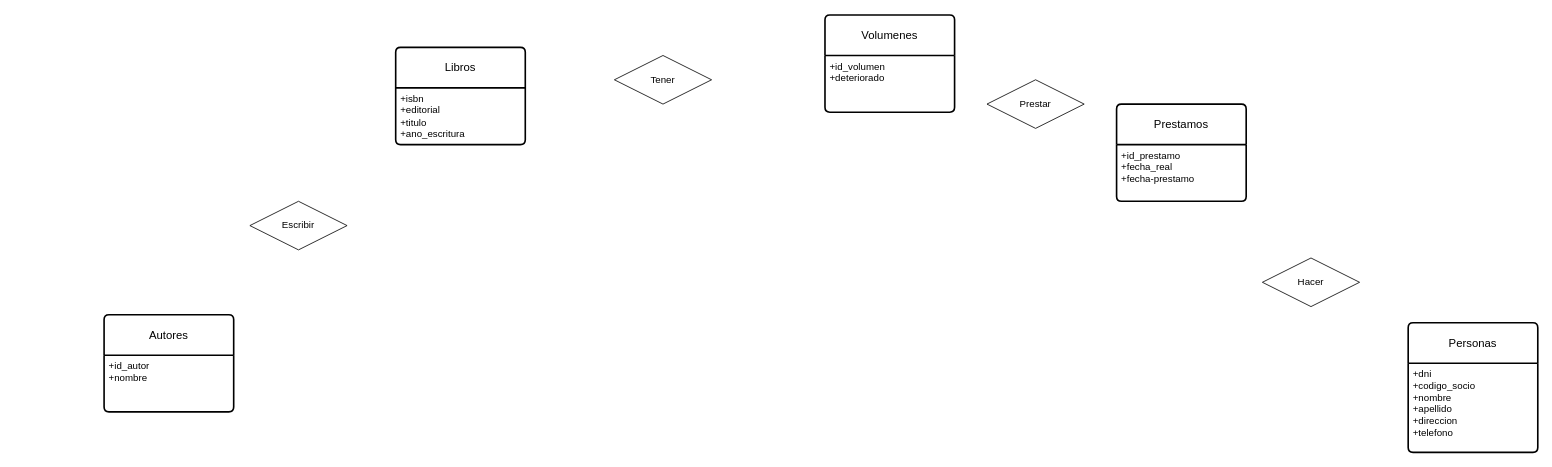
AsierGArranz/aga-sru-sa-t-UD12DiagramaER-11102023 keeps this draw.io diagram as ejercicio1.drawio. Above is the earlier version. Source tidied: cells renumbered, new cells numbered last; positions are measured from the earlier drawing's top-left corner, leaving out a move shared by most shapes. Both pictures are drawn from the tidied source at 81%, with x=0, y=0 at pixel (104, 15).
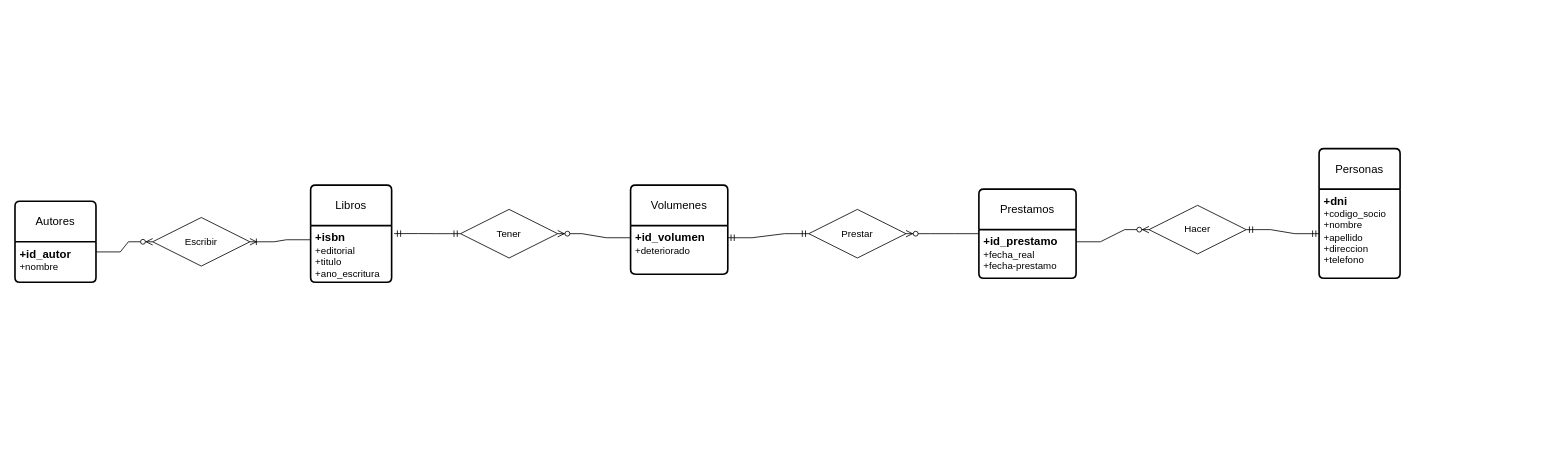
The same diagram, later.

Diff of the diagram source:
```diff
@@
     <mxCell id="2" value="Autores" style="swimlane;horizontal=1;startSize=50;rounded=1;fontSize=14;fontStyle=0;strokeWidth=2;shadow=0;dashed=0;align=center;arcSize=4;whiteSpace=wrap;html=1;" parent="1" vertex="1">
-      <mxGeometry y="370" width="160" height="120" as="geometry" />
+      <mxGeometry x="-110" y="230" width="100" height="100" as="geometry" />
     </mxCell>
-    <mxCell id="3" value="+id_autor&lt;br&gt;+nombre" style="align=left;strokeColor=none;fillColor=none;spacingLeft=4;fontSize=12;verticalAlign=top;html=1;" parent="2" vertex="1">
-      <mxGeometry y="50" width="160" height="70" as="geometry" />
+    <mxCell id="3" value="&lt;b&gt;&lt;font style=&quot;font-size: 14px;&quot;&gt;+id_autor&lt;/font&gt;&lt;/b&gt;&lt;br&gt;+nombre" style="align=left;strokeColor=none;fillColor=none;spacingLeft=4;fontSize=12;verticalAlign=top;html=1;" parent="2" vertex="1">
+      <mxGeometry y="50" width="100" height="50" as="geometry" />
     </mxCell>
     <mxCell id="4" value="Escribir" style="shape=rhombus;perimeter=rhombusPerimeter;whiteSpace=wrap;html=1;align=center;" parent="1" vertex="1">
-      <mxGeometry x="180" y="230" width="120" height="60" as="geometry" />
+      <mxGeometry x="60" y="250" width="120" height="60" as="geometry" />
     </mxCell>
     <mxCell id="5" value="Libros" style="swimlane;horizontal=1;startSize=50;rounded=1;fontSize=14;fontStyle=0;strokeWidth=2;shadow=0;dashed=0;align=center;arcSize=4;whiteSpace=wrap;html=1;" parent="1" vertex="1">
-      <mxGeometry x="360" y="40" width="160" height="120" as="geometry" />
+      <mxGeometry x="255" y="210" width="100" height="120" as="geometry" />
     </mxCell>
-    <mxCell id="6" value="+isbn&lt;br&gt;+editorial&lt;br&gt;+titulo&lt;br&gt;+ano_escritura" style="align=left;strokeColor=none;fillColor=none;spacingLeft=4;fontSize=12;verticalAlign=top;html=1;" parent="5" vertex="1">
-      <mxGeometry y="50" width="160" height="70" as="geometry" />
+    <mxCell id="6" value="&lt;font style=&quot;font-size: 14px;&quot;&gt;&lt;b&gt;+isbn&lt;/b&gt;&lt;/font&gt;&lt;br&gt;+editorial&lt;br&gt;+titulo&lt;br&gt;+ano_escritura" style="align=left;strokeColor=none;fillColor=none;spacingLeft=4;fontSize=12;verticalAlign=top;html=1;" parent="5" vertex="1">
+      <mxGeometry y="50" width="100" height="70" as="geometry" />
     </mxCell>
     <mxCell id="7" value="Tener" style="shape=rhombus;perimeter=rhombusPerimeter;whiteSpace=wrap;html=1;align=center;" parent="1" vertex="1">
-      <mxGeometry x="630" y="50" width="120" height="60" as="geometry" />
+      <mxGeometry x="440" y="240" width="120" height="60" as="geometry" />
     </mxCell>
     <mxCell id="8" value="Volumenes" style="swimlane;horizontal=1;startSize=50;rounded=1;fontSize=14;fontStyle=0;strokeWidth=2;shadow=0;dashed=0;align=center;arcSize=4;whiteSpace=wrap;html=1;" parent="1" vertex="1">
-      <mxGeometry x="890" width="160" height="120" as="geometry" />
+      <mxGeometry x="650" y="210" width="120" height="110" as="geometry" />
     </mxCell>
-    <mxCell id="9" value="+id_volumen&lt;br&gt;+deteriorado" style="align=left;strokeColor=none;fillColor=none;spacingLeft=4;fontSize=12;verticalAlign=top;html=1;" parent="8" vertex="1">
-      <mxGeometry y="50" width="160" height="70" as="geometry" />
+    <mxCell id="9" value="&lt;font style=&quot;font-size: 14px;&quot;&gt;&lt;b&gt;+id_volumen&lt;/b&gt;&lt;/font&gt;&lt;br&gt;+deteriorado" style="align=left;strokeColor=none;fillColor=none;spacingLeft=4;fontSize=12;verticalAlign=top;html=1;" parent="8" vertex="1">
+      <mxGeometry y="50" width="120" height="60" as="geometry" />
     </mxCell>
     <mxCell id="10" value="Prestar" style="shape=rhombus;perimeter=rhombusPerimeter;whiteSpace=wrap;html=1;align=center;" parent="1" vertex="1">
-      <mxGeometry x="1090" y="80" width="120" height="60" as="geometry" />
+      <mxGeometry x="870" y="240" width="120" height="60" as="geometry" />
     </mxCell>
     <mxCell id="11" value="Prestamos" style="swimlane;horizontal=1;startSize=50;rounded=1;fontSize=14;fontStyle=0;strokeWidth=2;shadow=0;dashed=0;align=center;arcSize=4;whiteSpace=wrap;html=1;" parent="1" vertex="1">
-      <mxGeometry x="1250" y="110" width="160" height="120" as="geometry" />
+      <mxGeometry x="1080" y="215" width="120" height="110" as="geometry" />
     </mxCell>
-    <mxCell id="12" value="+id_prestamo&lt;br&gt;+fecha_real&lt;br&gt;+fecha-prestamo" style="align=left;strokeColor=none;fillColor=none;spacingLeft=4;fontSize=12;verticalAlign=top;html=1;" parent="11" vertex="1">
-      <mxGeometry y="50" width="160" height="70" as="geometry" />
+    <mxCell id="12" value="&lt;font style=&quot;font-size: 14px;&quot;&gt;&lt;b&gt;+id_prestamo&lt;/b&gt;&lt;/font&gt;&lt;br&gt;+fecha_real&lt;br&gt;+fecha-prestamo" style="align=left;strokeColor=none;fillColor=none;spacingLeft=4;fontSize=12;verticalAlign=top;html=1;" parent="11" vertex="1">
+      <mxGeometry y="50" width="120" height="60" as="geometry" />
     </mxCell>
     <mxCell id="13" value="Hacer" style="shape=rhombus;perimeter=rhombusPerimeter;whiteSpace=wrap;html=1;align=center;" parent="1" vertex="1">
-      <mxGeometry x="1430" y="300" width="120" height="60" as="geometry" />
+      <mxGeometry x="1290" y="235" width="120" height="60" as="geometry" />
     </mxCell>
     <mxCell id="14" value="Personas" style="swimlane;horizontal=1;startSize=50;rounded=1;fontSize=14;fontStyle=0;strokeWidth=2;shadow=0;dashed=0;align=center;arcSize=4;whiteSpace=wrap;html=1;" parent="1" vertex="1">
-      <mxGeometry x="1610" y="380" width="160" height="160" as="geometry" />
+      <mxGeometry x="1500" y="165" width="100" height="160" as="geometry" />
     </mxCell>
-    <mxCell id="15" value="+dni&lt;br&gt;+codigo_socio&lt;br&gt;+nombre&lt;br&gt;+apellido&lt;br&gt;+direccion&lt;br&gt;+telefono" style="align=left;strokeColor=none;fillColor=none;spacingLeft=4;fontSize=12;verticalAlign=top;html=1;" parent="14" vertex="1">
-      <mxGeometry y="50" width="160" height="110" as="geometry" />
+    <mxCell id="15" value="&lt;font style=&quot;font-size: 14px;&quot;&gt;&lt;b&gt;+dni&lt;br&gt;&lt;/b&gt;&lt;/font&gt;+codigo_socio&lt;br&gt;+nombre&lt;br&gt;+apellido&lt;br&gt;+direccion&lt;br&gt;+telefono" style="align=left;strokeColor=none;fillColor=none;spacingLeft=4;fontSize=12;verticalAlign=top;html=1;" parent="14" vertex="1">
+      <mxGeometry y="50" width="100" height="110" as="geometry" />
     </mxCell>
+    <mxCell id="16" style="edgeStyle=entityRelationEdgeStyle;fontSize=12;html=1;endArrow=ERzeroToMany;endFill=1;rounded=0;exitX=1;exitY=0.25;exitDx=0;exitDy=0;entryX=0;entryY=0.5;entryDx=0;entryDy=0;" parent="1" edge="1" source="3" target="4">
+      <mxGeometry relative="1" as="geometry" />
+    </mxCell>
+    <mxCell id="17" style="edgeStyle=entityRelationEdgeStyle;fontSize=12;html=1;endArrow=ERoneToMany;rounded=0;exitX=0;exitY=0.25;exitDx=0;exitDy=0;entryX=1;entryY=0.5;entryDx=0;entryDy=0;" parent="1" edge="1" source="6" target="4">
+      <mxGeometry relative="1" as="geometry" />
+    </mxCell>
+    <mxCell id="18" style="edgeStyle=entityRelationEdgeStyle;fontSize=12;html=1;endArrow=ERmandOne;startArrow=ERmandOne;rounded=0;entryX=0;entryY=0.5;entryDx=0;entryDy=0;exitX=1.031;exitY=0.141;exitDx=0;exitDy=0;exitPerimeter=0;" parent="1" edge="1" source="6" target="7">
+      <mxGeometry relative="1" as="geometry" />
+    </mxCell>
+    <mxCell id="19" style="edgeStyle=entityRelationEdgeStyle;fontSize=12;html=1;endArrow=ERzeroToMany;endFill=1;rounded=0;entryX=1;entryY=0.5;entryDx=0;entryDy=0;exitX=0;exitY=0.25;exitDx=0;exitDy=0;" parent="1" edge="1" source="9" target="7">
+      <mxGeometry relative="1" as="geometry" />
+    </mxCell>
+    <mxCell id="20" style="edgeStyle=entityRelationEdgeStyle;fontSize=12;html=1;endArrow=ERmandOne;startArrow=ERmandOne;rounded=0;entryX=0;entryY=0.5;entryDx=0;entryDy=0;exitX=1;exitY=0.25;exitDx=0;exitDy=0;" parent="1" edge="1" source="9" target="10">
+      <mxGeometry relative="1" as="geometry" />
+    </mxCell>
+    <mxCell id="21" style="edgeStyle=entityRelationEdgeStyle;fontSize=12;html=1;endArrow=ERzeroToMany;endFill=1;rounded=0;entryX=1;entryY=0.5;entryDx=0;entryDy=0;exitX=0;exitY=0.5;exitDx=0;exitDy=0;" parent="1" edge="1" source="11" target="10">
+      <mxGeometry relative="1" as="geometry">
+        <Array as="points">
+          <mxPoint x="1090" y="180" />
+        </Array>
+      </mxGeometry>
+    </mxCell>
+    <mxCell id="22" style="edgeStyle=entityRelationEdgeStyle;fontSize=12;html=1;endArrow=ERzeroToMany;endFill=1;rounded=0;entryX=0;entryY=0.5;entryDx=0;entryDy=0;exitX=1;exitY=0.25;exitDx=0;exitDy=0;" parent="1" edge="1" source="12" target="13">
+      <mxGeometry relative="1" as="geometry" />
+    </mxCell>
+    <mxCell id="23" style="edgeStyle=entityRelationEdgeStyle;fontSize=12;html=1;endArrow=ERmandOne;startArrow=ERmandOne;rounded=0;entryX=0;entryY=0.5;entryDx=0;entryDy=0;exitX=1;exitY=0.5;exitDx=0;exitDy=0;" parent="1" edge="1" source="13" target="15">
+      <mxGeometry relative="1" as="geometry">
+        <Array as="points">
+          <mxPoint x="1110" y="440" />
+        </Array>
+      </mxGeometry>
+    </mxCell>
```
